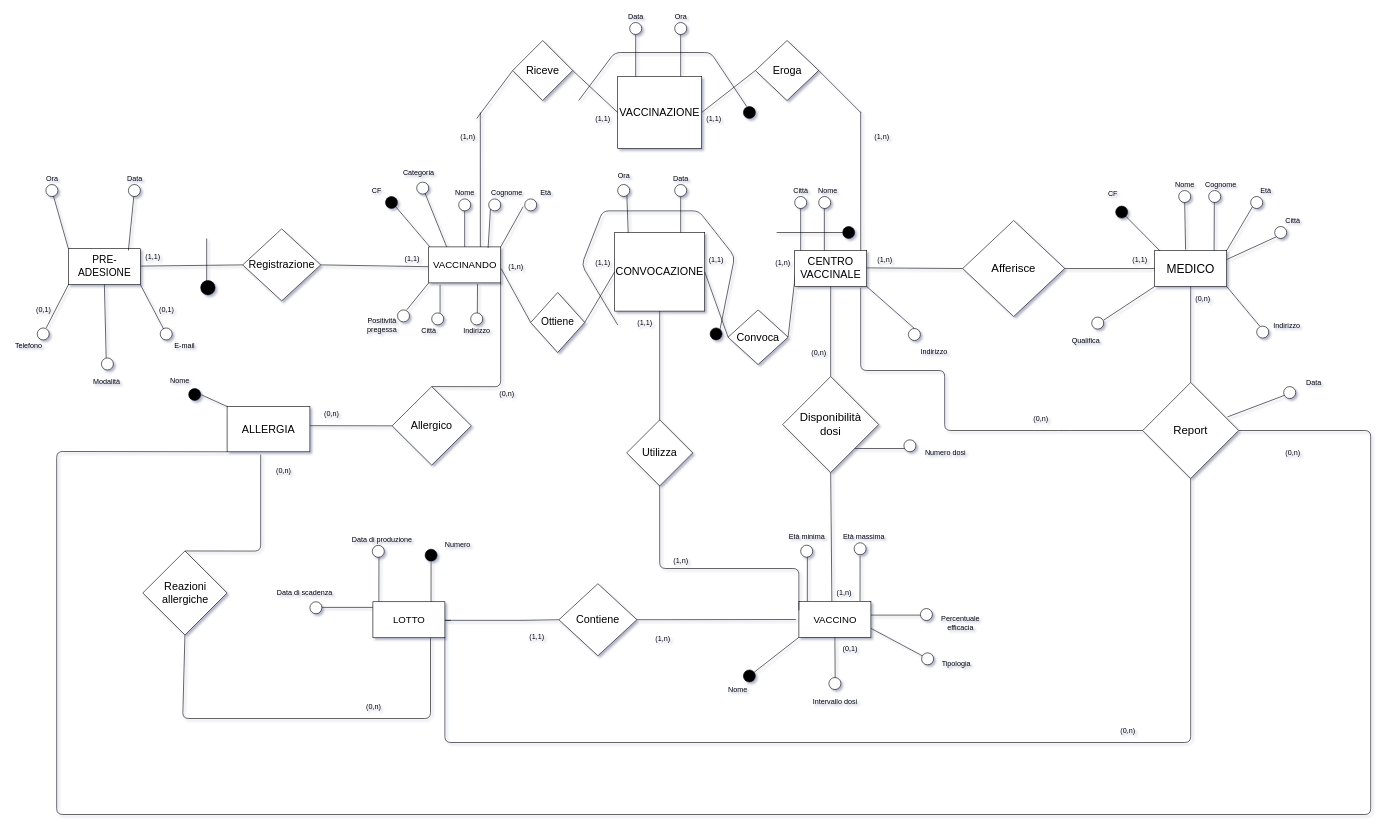
This is page "ERristr" (1 of 2) of bd/Schema E/ERsenzagen.drawio from shaggyishere/VaccineDatabase, a draw.io file, before an edit. Source tidied: cells renumbered, new cells numbered last; positions are measured from the earlier drawing's top-left corner, leaving out a move shared by most shapes. Both pictures are drawn from the tidied source at 60%, with x=0, y=0 at pixel (10, 10).
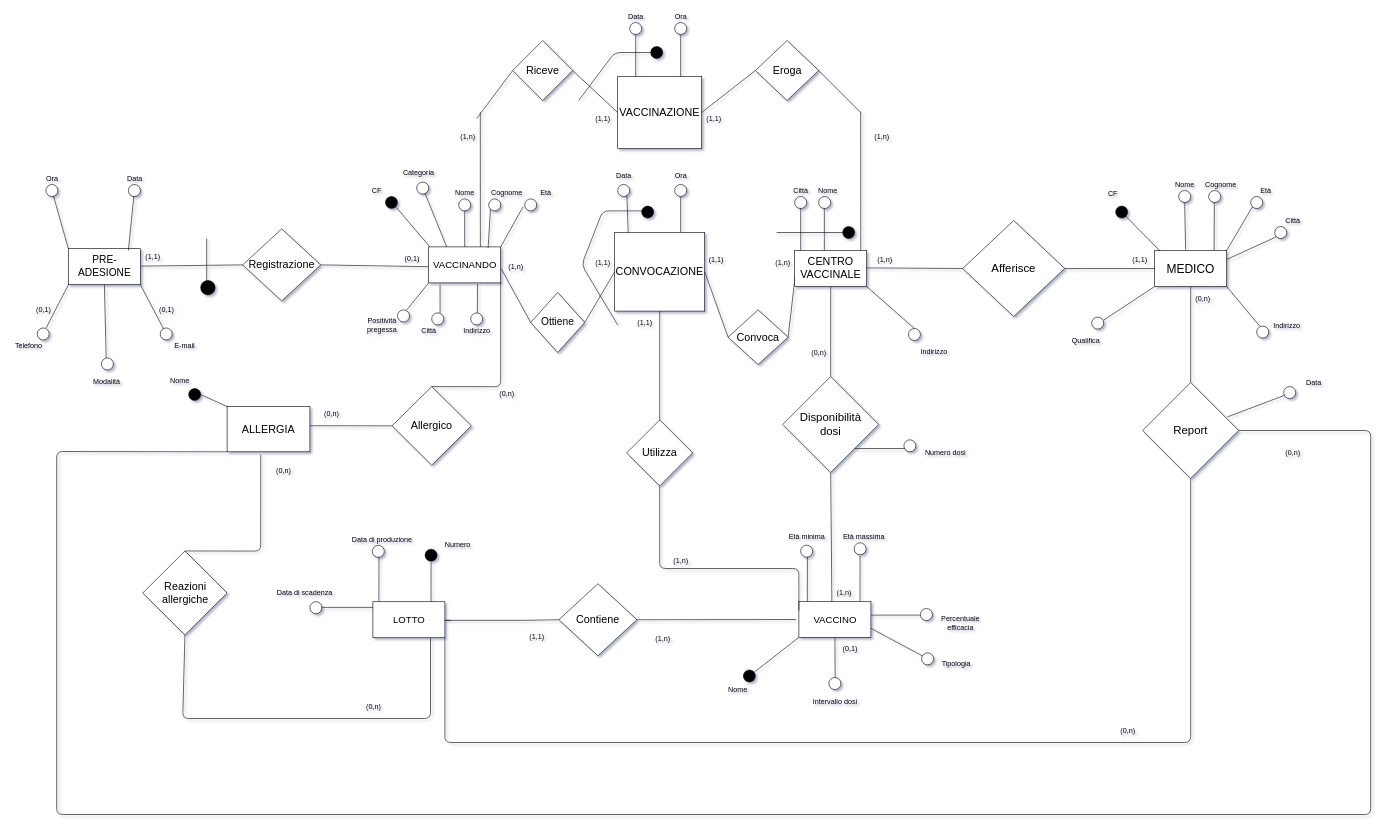
After the change.

The change refers to these unchanged cells:
```xml
<mxCell id="57" value="&lt;font style=&quot;font-size: 19px&quot;&gt;Report&lt;/font&gt;" style="rhombus;whiteSpace=wrap;html=1;strokeWidth=1;fillColor=#FFFFFF;" parent="1" vertex="1">
  <mxGeometry x="1888" y="620" width="160" height="160" as="geometry" />
</mxCell>
```

What changed in the source:
```diff
@@
-    <mxCell id="107" value="(1,1)" style="text;html=1;align=center;verticalAlign=middle;strokeColor=none;" parent="1" vertex="1">
+    <mxCell id="107" value="(0,1)" style="text;html=1;align=center;verticalAlign=middle;strokeColor=none;" parent="1" vertex="1">
       <mxGeometry x="650" y="404" width="40" height="20" as="geometry" />
     </mxCell>
@@
     <mxCell id="177" style="endArrow=none;html=1;" parent="1" edge="1">
       <mxGeometry relative="1" as="geometry">
-        <mxPoint x="1228" y="160" as="sourcePoint" />
+        <mxPoint x="1078" y="70" as="sourcePoint" />
         <mxPoint x="948" y="150" as="targetPoint" />
         <Array as="points">
-          <mxPoint x="1168" y="70" />
           <mxPoint x="1008" y="70" />
         </Array>
       </mxGeometry>
     </mxCell>
     <mxCell id="178" style="ellipse;whiteSpace=wrap;html=1;strokeWidth=1;fillColor=#000000;" parent="1" vertex="1">
-      <mxGeometry x="1222.5" y="160" width="20" height="20" as="geometry" />
+      <mxGeometry x="1068" y="60" width="20" height="20" as="geometry" />
     </mxCell>
     <mxCell id="179" style="endArrow=none;html=1;" parent="1" edge="1">
       <mxGeometry relative="1" as="geometry">
         <mxPoint x="1013" y="524" as="sourcePoint" />
-        <mxPoint x="1183" y="534" as="targetPoint" />
+        <mxPoint x="1058" y="334" as="targetPoint" />
         <Array as="points">
           <mxPoint x="953" y="424" />
           <mxPoint x="988" y="334" />
-          <mxPoint x="1148" y="334" />
-          <mxPoint x="1208" y="410" />
         </Array>
       </mxGeometry>
     </mxCell>
     <mxCell id="180" style="ellipse;whiteSpace=wrap;html=1;strokeWidth=1;fillColor=#000000;" parent="1" vertex="1">
-      <mxGeometry x="1167" y="529" width="20" height="20" as="geometry" />
+      <mxGeometry x="1053" y="326" width="20" height="20" as="geometry" />
     </mxCell>
@@
     <mxCell id="183" value="Data" style="text;html=1;align=center;verticalAlign=middle;strokeColor=none;" parent="1" vertex="1">
-      <mxGeometry x="1098" y="270" width="40" height="20" as="geometry" />
+      <mxGeometry x="1003" y="266" width="40" height="20" as="geometry" />
     </mxCell>
@@
     <mxCell id="186" value="Ora" style="text;html=1;align=center;verticalAlign=middle;strokeColor=none;" parent="1" vertex="1">
-      <mxGeometry x="1003" y="266" width="40" height="20" as="geometry" />
+      <mxGeometry x="1098" y="266" width="40" height="20" as="geometry" />
     </mxCell>
@@
-    <mxCell id="201" style="endArrow=none;html=1;entryX=0;entryY=0.5;entryDx=0;entryDy=0;" parent="1" edge="1" target="57">
-      <mxGeometry relative="1" as="geometry">
-        <mxPoint x="1418" y="462" as="sourcePoint" />
-        <Array as="points">
-          <mxPoint x="1418" y="600" />
-          <mxPoint x="1558" y="600" />
-          <mxPoint x="1558" y="700" />
-          <mxPoint x="1758" y="700" />
-        </Array>
-      </mxGeometry>
-    </mxCell>
@@
-    <mxCell id="203" value="(0,n)" style="text;html=1;align=center;verticalAlign=middle;strokeColor=none;" parent="1" vertex="1">
-      <mxGeometry x="1698" y="670" width="40" height="20" as="geometry" />
-    </mxCell>
```
